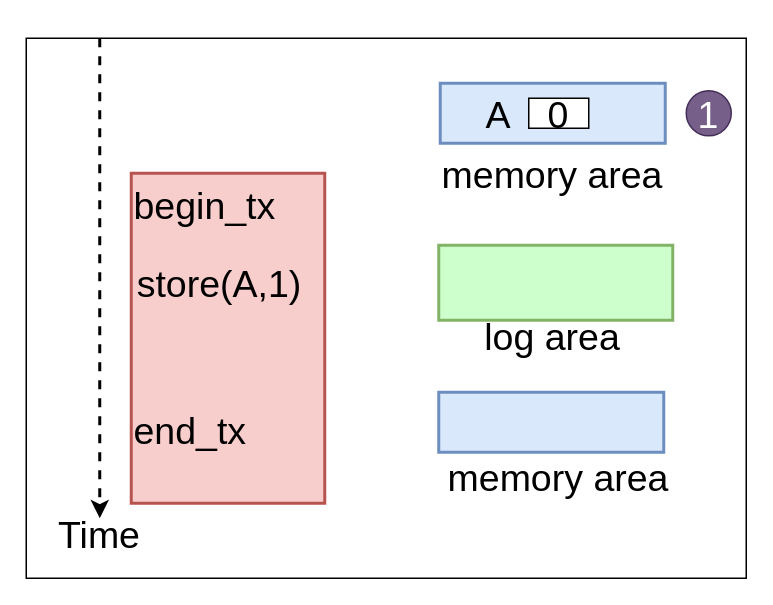
Above: undo_1.drawio in arunkp1986/CAR3S (draw.io), before the change. Source tidied: cells renumbered, new cells numbered last; positions are measured from the earlier drawing's top-left corner, leaving out a move shared by most shapes. Both pictures are drawn from the tidied source at 150%, with x=0, y=0 at pixel (26, 38).
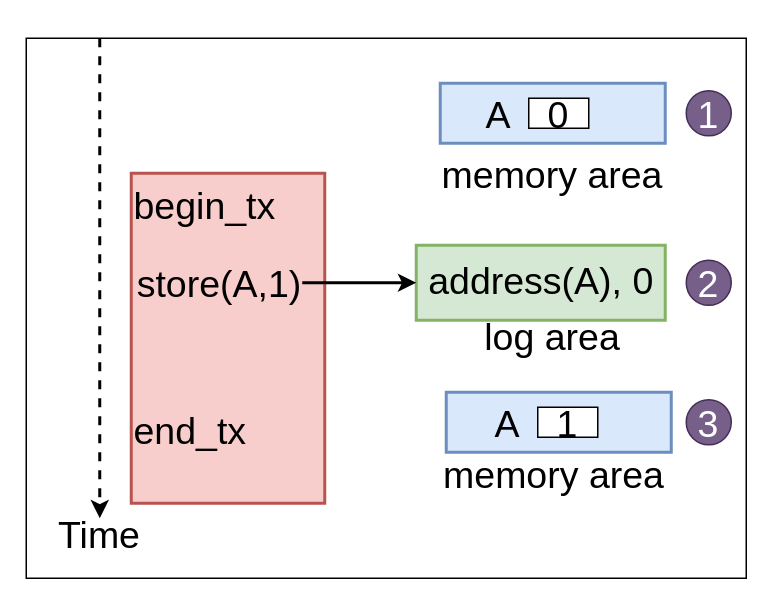
After the change.

Unchanged cells that the change refers to:
```xml
<mxCell id="10" value="store(A,1)" style="text;html=1;strokeColor=none;fillColor=none;align=center;verticalAlign=middle;whiteSpace=wrap;rounded=0;fontSize=25;fontStyle=0;" parent="1" vertex="1">
  <mxGeometry x="74" y="153" width="110" height="20" as="geometry" />
</mxCell>
```

Diff of the diagram source:
```diff
@@
+    <mxCell id="16" style="rounded=0;whiteSpace=wrap;html=1;fillColor=#d5e8d4;strokeColor=#82b366;strokeWidth=2;fontStyle=0;fontSize=25;" parent="1" vertex="1">
+      <mxGeometry x="260" y="138" width="166" height="50" as="geometry" />
+    </mxCell>
@@
     <mxCell id="6" style="rounded=0;whiteSpace=wrap;html=1;fontSize=25;fillColor=#dae8fc;strokeColor=#6c8ebf;strokeWidth=2;fontStyle=0;" parent="1" vertex="1">
-      <mxGeometry x="275" y="236" width="150" height="40" as="geometry" />
+      <mxGeometry x="280" y="236" width="150" height="40" as="geometry" />
     </mxCell>
@@
+    <mxCell id="17" style="edgeStyle=orthogonalEdgeStyle;rounded=0;jettySize=auto;html=1;entryX=0;entryY=0.5;entryDx=0;entryDy=0;fontSize=25;fontColor=#000000;strokeWidth=2;fontStyle=0;" parent="1" edge="1" source="10" target="16">
+      <mxGeometry relative="1" as="geometry" />
+    </mxCell>
@@
+    <mxCell id="18" value="address(A), 0" style="text;html=1;strokeColor=none;fillColor=none;align=center;verticalAlign=middle;whiteSpace=wrap;rounded=0;fontSize=25;fontStyle=0;" parent="1" vertex="1">
+      <mxGeometry x="261" y="151" width="165" height="20" as="geometry" />
+    </mxCell>
     <mxCell id="11" value="memory area" style="text;html=1;strokeColor=none;fillColor=none;align=center;verticalAlign=middle;whiteSpace=wrap;rounded=0;fontSize=25;fontStyle=0;" parent="1" vertex="1">
-      <mxGeometry x="280" y="282" width="150" height="20" as="geometry" />
+      <mxGeometry x="277" y="280" width="150" height="20" as="geometry" />
     </mxCell>
@@
+    <mxCell id="19" value="3" style="ellipse;whiteSpace=wrap;html=1;fontSize=25;fontColor=#ffffff;fillColor=#76608a;align=center;fontStyle=0;strokeColor=#432D57;" parent="1" vertex="1">
+      <mxGeometry x="440" y="241" width="30" height="30" as="geometry" />
+    </mxCell>
+    <mxCell id="20" value="2" style="ellipse;whiteSpace=wrap;html=1;fontSize=25;fontColor=#ffffff;fillColor=#76608a;align=center;fontStyle=0;strokeColor=#432D57;" parent="1" vertex="1">
+      <mxGeometry x="440" y="148" width="30" height="30" as="geometry" />
+    </mxCell>
@@
-    <mxCell id="15" style="rounded=0;whiteSpace=wrap;html=1;fillColor=#CCFFCC;strokeColor=#82b366;strokeWidth=2;fontStyle=0;fontSize=25;" parent="1" vertex="1">
-      <mxGeometry x="275" y="138" width="156" height="50" as="geometry" />
-    </mxCell>
+    <mxCell id="21" value="1" style="rounded=0;whiteSpace=wrap;html=1;fontSize=25;fontColor=#000000;fillColor=#FFFFFF;align=center;fontStyle=0;" parent="1" vertex="1">
+      <mxGeometry x="341" y="246" width="40" height="20" as="geometry" />
+    </mxCell>
+    <mxCell id="22" value="A" style="text;html=1;strokeColor=none;fillColor=none;align=center;verticalAlign=middle;whiteSpace=wrap;rounded=0;fontSize=25;fontColor=#000000;fontStyle=0;" parent="1" vertex="1">
+      <mxGeometry x="301" y="246" width="40" height="20" as="geometry" />
+    </mxCell>
```
